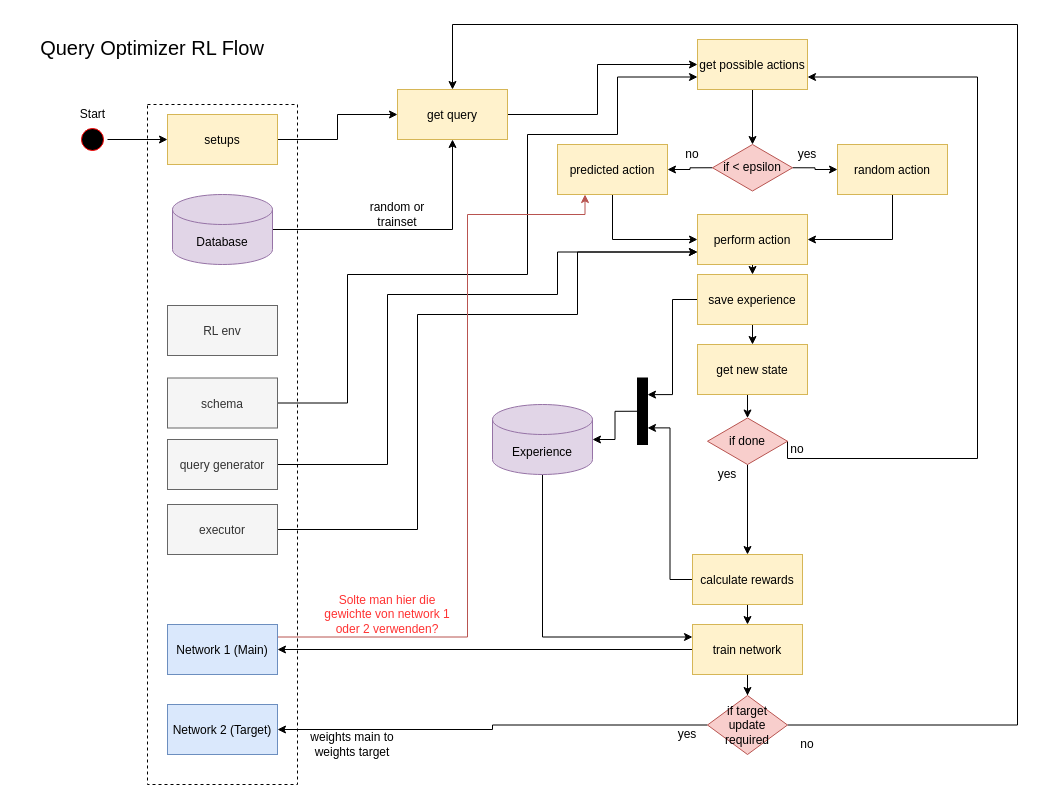
Before: RL_Flow.drawio in dsghrg/releo, a draw.io diagram. Source tidied: cells renumbered, new cells numbered last; positions are measured from the earlier drawing's top-left corner, leaving out a move shared by most shapes. Both pictures are drawn from the tidied source at 100%, with x=0, y=0 at pixel (17, 19).
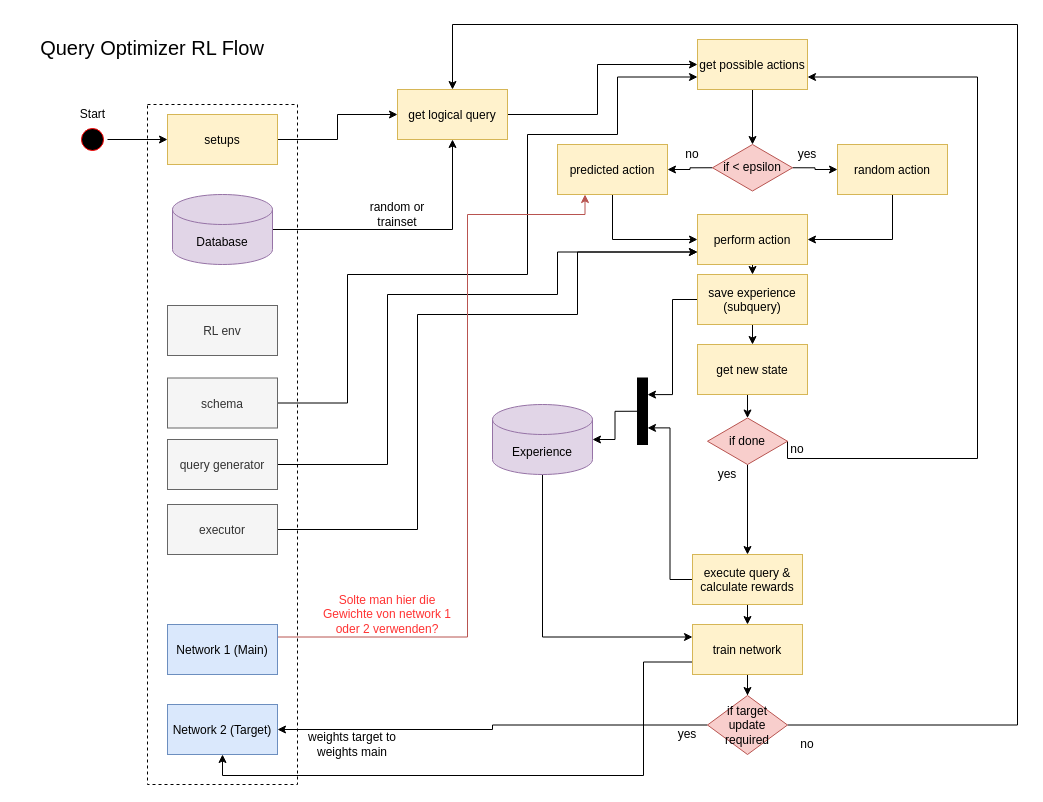
The same page after the edit.

Unchanged cells that the change refers to:
```xml
<mxCell id="16" value="Network 1 (Main)" style="fillColor=#dae8fc;strokeColor=#6c8ebf;" parent="1" vertex="1">
  <mxGeometry x="150" y="605" width="110" height="50" as="geometry" />
</mxCell>
<mxCell id="17" value="Network 2 (Target)" style="fillColor=#dae8fc;strokeColor=#6c8ebf;" parent="1" vertex="1">
  <mxGeometry x="150" y="685" width="110" height="50" as="geometry" />
</mxCell>
<mxCell id="41" value="train network" style="fillColor=#fff2cc;strokeColor=#d6b656;" parent="1" vertex="1">
  <mxGeometry x="675" y="605" width="110" height="50" as="geometry" />
</mxCell>
```

What changed in the source:
```diff
@@
-    <mxCell id="26" value="save experience" style="fillColor=#fff2cc;strokeColor=#d6b656;" parent="1" vertex="1">
+    <mxCell id="26" value="save experience&#10;(subquery)" style="fillColor=#fff2cc;strokeColor=#d6b656;" parent="1" vertex="1">
       <mxGeometry x="680" y="255" width="110" height="50" as="geometry" />
     </mxCell>
@@
-    <mxCell id="36" value="calculate rewards" style="fillColor=#fff2cc;strokeColor=#d6b656;" parent="1" vertex="1">
+    <mxCell id="36" value="execute query &amp;&#10;calculate rewards" style="fillColor=#fff2cc;strokeColor=#d6b656;" parent="1" vertex="1">
       <mxGeometry x="675" y="535" width="110" height="50" as="geometry" />
     </mxCell>
@@
-    <mxCell id="39" style="edgeStyle=orthogonalEdgeStyle;rounded=0;jettySize=auto;html=1;exitX=0;exitY=0.5;exitDx=0;exitDy=0;" parent="1" edge="1" source="41" target="16">
-      <mxGeometry relative="1" as="geometry" />
+    <mxCell id="39" style="edgeStyle=orthogonalEdgeStyle;rounded=0;jettySize=auto;html=1;exitX=0;exitY=0.75;exitDx=0;exitDy=0;" parent="1" edge="1" source="41" target="17">
+      <mxGeometry relative="1" as="geometry">
+        <Array as="points">
+          <mxPoint x="626" y="643" />
+          <mxPoint x="626" y="756" />
+          <mxPoint x="205" y="756" />
+        </Array>
+      </mxGeometry>
     </mxCell>
@@
-    <mxCell id="46" value="weights main to weights target" style="text;html=1;strokeColor=none;fillColor=none;align=center;verticalAlign=middle;whiteSpace=wrap;rounded=0;dashed=1;" parent="1" vertex="1">
+    <mxCell id="46" value="weights target to weights main" style="text;html=1;strokeColor=none;fillColor=none;align=center;verticalAlign=middle;whiteSpace=wrap;rounded=0;dashed=1;" parent="1" vertex="1">
       <mxGeometry x="280" y="715" width="110" height="20" as="geometry" />
     </mxCell>
@@
-    <mxCell id="49" value="get query" style="fillColor=#fff2cc;strokeColor=#d6b656;" parent="1" vertex="1">
+    <mxCell id="49" value="get logical query" style="fillColor=#fff2cc;strokeColor=#d6b656;" parent="1" vertex="1">
       <mxGeometry x="380" y="70" width="110" height="50" as="geometry" />
     </mxCell>
@@
-    <mxCell id="62" value="Solte man hier die gewichte von network 1 oder 2 verwenden?" style="text;html=1;strokeColor=none;fillColor=none;align=center;verticalAlign=middle;whiteSpace=wrap;rounded=0;dashed=1;fontColor=#FF3333;" parent="1" vertex="1">
+    <mxCell id="62" value="Solte man hier die Gewichte von network 1 oder 2 verwenden?" style="text;html=1;strokeColor=none;fillColor=none;align=center;verticalAlign=middle;whiteSpace=wrap;rounded=0;dashed=1;fontColor=#FF3333;" parent="1" vertex="1">
       <mxGeometry x="300" y="585" width="140" height="20" as="geometry" />
     </mxCell>
```
